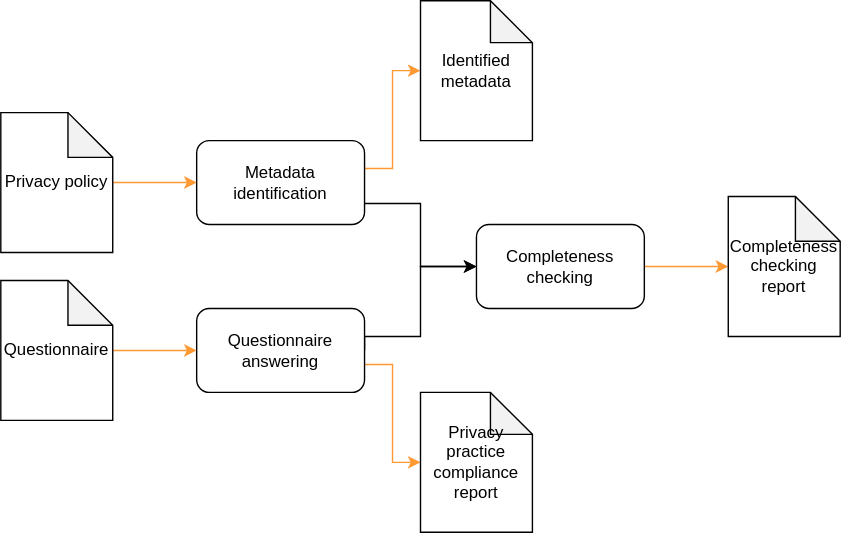
The draw.io diagram Analysis/artifactmodel/approach_visualization/ai_enabled_automation_for_completeness_checking_of_privacy_policies.drawio.svg in angrymeir/Evaluating-Contemporary-Approaches-for-Automated-Compliance-Checks-of-Software-intensive-Systems, before a commit. Source tidied: cells renumbered, new cells last; positions are measured from the earlier drawing's top-left corner, leaving out a move shared by most shapes.
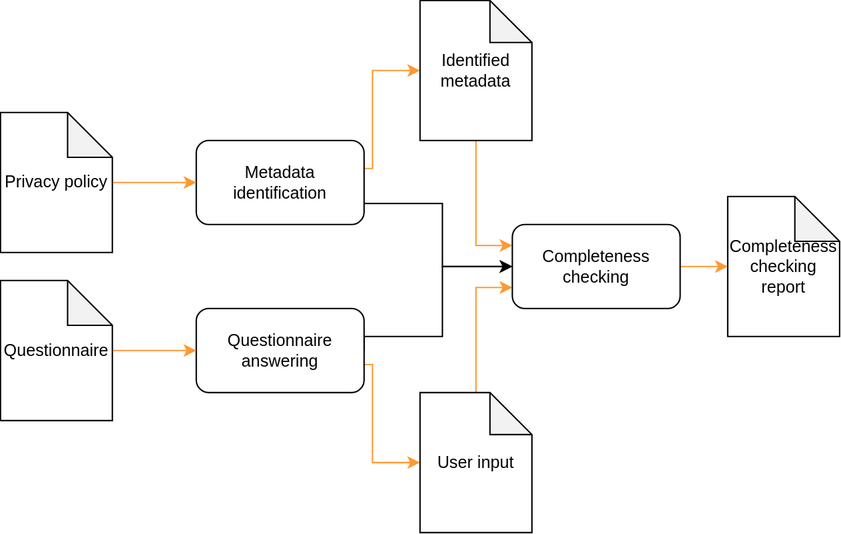
Later version of the same file.

Commit message:
Fix missing links in visualization

What changed in the source:
```diff
@@ -2,66 +2,77 @@
   <root>
     <mxCell id="0" />
     <mxCell id="1" parent="0" />
-    <mxCell id="2" style="edgeStyle=orthogonalEdgeStyle;rounded=0;jettySize=auto;html=1;entryX=0;entryY=0.5;entryDx=0;entryDy=0;entryPerimeter=0;strokeColor=#FF9933;" parent="1" edge="1" source="4" target="9">
+    <mxCell id="2" style="edgeStyle=orthogonalEdgeStyle;rounded=0;jettySize=auto;html=1;entryX=0;entryY=0.5;entryDx=0;entryDy=0;entryPerimeter=0;strokeColor=#FF9933;" parent="1" edge="1" source="4" target="11">
       <mxGeometry relative="1" as="geometry">
         <Array as="points">
-          <mxPoint x="280" y="120" />
-          <mxPoint x="280" y="50" />
+          <mxPoint x="266" y="120" />
+          <mxPoint x="266" y="50" />
         </Array>
       </mxGeometry>
     </mxCell>
-    <mxCell id="3" style="edgeStyle=orthogonalEdgeStyle;rounded=0;jettySize=auto;html=1;exitX=1;exitY=0.75;exitDx=0;exitDy=0;" parent="1" edge="1" source="4" target="15">
-      <mxGeometry relative="1" as="geometry" />
+    <mxCell id="3" style="edgeStyle=orthogonalEdgeStyle;rounded=0;jettySize=auto;html=1;exitX=1;exitY=0.75;exitDx=0;exitDy=0;" parent="1" edge="1" source="4" target="17">
+      <mxGeometry relative="1" as="geometry">
+        <Array as="points">
+          <mxPoint x="316" y="145" />
+          <mxPoint x="316" y="190" />
+        </Array>
+      </mxGeometry>
     </mxCell>
     <mxCell id="4" value="Metadata identification" style="rounded=1;whiteSpace=wrap;html=1;" parent="1" vertex="1">
       <mxGeometry x="140" y="100" width="120" height="60" as="geometry" />
     </mxCell>
-    <mxCell id="5" style="edgeStyle=orthogonalEdgeStyle;rounded=0;jettySize=auto;html=1;entryX=0;entryY=0.5;entryDx=0;entryDy=0;entryPerimeter=0;strokeColor=#FF9933;" parent="1" edge="1" source="7" target="8">
+    <mxCell id="5" style="edgeStyle=orthogonalEdgeStyle;rounded=0;jettySize=auto;html=1;entryX=0;entryY=0.5;entryDx=0;entryDy=0;entryPerimeter=0;strokeColor=#FF9933;" parent="1" edge="1" source="7" target="9">
       <mxGeometry relative="1" as="geometry">
         <Array as="points">
-          <mxPoint x="280" y="260" />
-          <mxPoint x="280" y="330" />
+          <mxPoint x="266" y="260" />
+          <mxPoint x="266" y="330" />
         </Array>
       </mxGeometry>
     </mxCell>
-    <mxCell id="6" style="edgeStyle=orthogonalEdgeStyle;rounded=0;jettySize=auto;html=1;exitX=1;exitY=0.5;exitDx=0;exitDy=0;entryX=0;entryY=0.5;entryDx=0;entryDy=0;" parent="1" edge="1" source="7" target="15">
+    <mxCell id="6" style="edgeStyle=orthogonalEdgeStyle;rounded=0;jettySize=auto;html=1;exitX=1;exitY=0.5;exitDx=0;exitDy=0;entryX=0;entryY=0.5;entryDx=0;entryDy=0;" parent="1" edge="1" source="7" target="17">
       <mxGeometry relative="1" as="geometry">
         <Array as="points">
           <mxPoint x="260" y="240" />
-          <mxPoint x="300" y="240" />
-          <mxPoint x="300" y="190" />
+          <mxPoint x="316" y="240" />
+          <mxPoint x="316" y="190" />
         </Array>
       </mxGeometry>
     </mxCell>
     <mxCell id="7" value="Questionnaire answering" style="rounded=1;whiteSpace=wrap;html=1;" parent="1" vertex="1">
       <mxGeometry x="140" y="220" width="120" height="60" as="geometry" />
     </mxCell>
-    <mxCell id="8" value="Privacy practice compliance report" style="shape=note;whiteSpace=wrap;html=1;backgroundOutline=1;darkOpacity=0.05;" parent="1" vertex="1">
-      <mxGeometry x="300" y="280" width="80" height="100" as="geometry" />
+    <mxCell id="8" style="edgeStyle=orthogonalEdgeStyle;rounded=0;jettySize=auto;html=1;entryX=0;entryY=0.75;entryDx=0;entryDy=0;strokeColor=#FF9933;" parent="1" edge="1" source="9" target="17">
+      <mxGeometry relative="1" as="geometry" />
     </mxCell>
-    <mxCell id="9" value="Identified metadata" style="shape=note;whiteSpace=wrap;html=1;backgroundOutline=1;darkOpacity=0.05;" parent="1" vertex="1">
-      <mxGeometry x="300" width="80" height="100" as="geometry" />
+    <mxCell id="9" value="User input" style="shape=note;whiteSpace=wrap;html=1;backgroundOutline=1;darkOpacity=0.05;" parent="1" vertex="1">
+      <mxGeometry x="300" y="280" width="80" height="100" as="geometry" />
     </mxCell>
-    <mxCell id="10" style="edgeStyle=orthogonalEdgeStyle;rounded=0;jettySize=auto;html=1;entryX=0;entryY=0.5;entryDx=0;entryDy=0;strokeColor=#FF9933;" parent="1" edge="1" source="11" target="4">
+    <mxCell id="10" style="edgeStyle=orthogonalEdgeStyle;rounded=0;jettySize=auto;html=1;entryX=0;entryY=0.25;entryDx=0;entryDy=0;fillColor=#ffe6cc;strokeColor=#FF9933;" parent="1" edge="1" source="11" target="17">
       <mxGeometry relative="1" as="geometry" />
     </mxCell>
-    <mxCell id="11" value="Privacy policy" style="shape=note;whiteSpace=wrap;html=1;backgroundOutline=1;darkOpacity=0.05;size=32;" parent="1" vertex="1">
-      <mxGeometry y="80" width="80" height="100" as="geometry" />
+    <mxCell id="11" value="Identified metadata" style="shape=note;whiteSpace=wrap;html=1;backgroundOutline=1;darkOpacity=0.05;" parent="1" vertex="1">
+      <mxGeometry x="300" width="80" height="100" as="geometry" />
     </mxCell>
-    <mxCell id="12" style="edgeStyle=orthogonalEdgeStyle;rounded=0;jettySize=auto;html=1;strokeColor=#FF9933;" parent="1" edge="1" source="13" target="7">
+    <mxCell id="12" style="edgeStyle=orthogonalEdgeStyle;rounded=0;jettySize=auto;html=1;entryX=0;entryY=0.5;entryDx=0;entryDy=0;strokeColor=#FF9933;" parent="1" edge="1" source="13" target="4">
       <mxGeometry relative="1" as="geometry" />
     </mxCell>
-    <mxCell id="13" value="Questionnaire" style="shape=note;whiteSpace=wrap;html=1;backgroundOutline=1;darkOpacity=0.05;size=32;" parent="1" vertex="1">
-      <mxGeometry y="200" width="80" height="100" as="geometry" />
+    <mxCell id="13" value="Privacy policy" style="shape=note;whiteSpace=wrap;html=1;backgroundOutline=1;darkOpacity=0.05;size=32;" parent="1" vertex="1">
+      <mxGeometry y="80" width="80" height="100" as="geometry" />
     </mxCell>
-    <mxCell id="14" style="edgeStyle=orthogonalEdgeStyle;rounded=0;jettySize=auto;html=1;entryX=0;entryY=0.5;entryDx=0;entryDy=0;entryPerimeter=0;strokeColor=#FF9933;" parent="1" edge="1" source="15" target="16">
+    <mxCell id="14" style="edgeStyle=orthogonalEdgeStyle;rounded=0;jettySize=auto;html=1;strokeColor=#FF9933;" parent="1" edge="1" source="15" target="7">
       <mxGeometry relative="1" as="geometry" />
     </mxCell>
-    <mxCell id="15" value="Completeness checking" style="rounded=1;whiteSpace=wrap;html=1;" parent="1" vertex="1">
-      <mxGeometry x="340" y="160" width="120" height="60" as="geometry" />
+    <mxCell id="15" value="Questionnaire" style="shape=note;whiteSpace=wrap;html=1;backgroundOutline=1;darkOpacity=0.05;size=32;" parent="1" vertex="1">
+      <mxGeometry y="200" width="80" height="100" as="geometry" />
     </mxCell>
-    <mxCell id="16" value="Completeness checking report" style="shape=note;whiteSpace=wrap;html=1;backgroundOutline=1;darkOpacity=0.05;size=32;" parent="1" vertex="1">
-      <mxGeometry x="520" y="140" width="80" height="100" as="geometry" />
+    <mxCell id="16" style="edgeStyle=orthogonalEdgeStyle;rounded=0;jettySize=auto;html=1;entryX=0;entryY=0.5;entryDx=0;entryDy=0;entryPerimeter=0;strokeColor=#FF9933;" parent="1" edge="1" source="17" target="18">
+      <mxGeometry relative="1" as="geometry" />
     </mxCell>
+    <mxCell id="17" value="Completeness checking" style="rounded=1;whiteSpace=wrap;html=1;" parent="1" vertex="1">
+      <mxGeometry x="366" y="160" width="120" height="60" as="geometry" />
+    </mxCell>
+    <mxCell id="18" value="Completeness checking report" style="shape=note;whiteSpace=wrap;html=1;backgroundOutline=1;darkOpacity=0.05;size=32;" parent="1" vertex="1">
+      <mxGeometry x="520" y="140" width="80" height="100" as="geometry" />
+    </mxCell>
   </root>
 </mxGraphModel>
```
